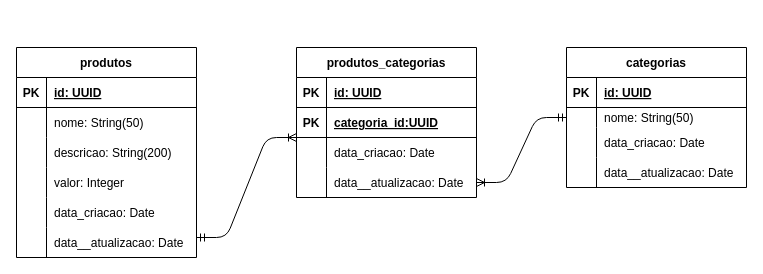
Fernanda071/ecommerce-node-api keeps this draw.io diagram as page "Modelo Lógico" (2 of 2) of requirements/ecommerce-database.drawio. Above is the earlier version. Source tidied: cells renumbered, new cells numbered last; positions are measured from the earlier drawing's top-left corner, leaving out a move shared by most shapes. Both pictures are drawn from the tidied source at 100%, with x=0, y=0 at pixel (16, 47).
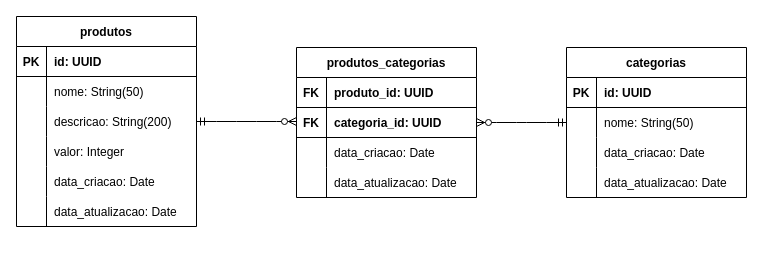
After the change.

The change refers to these unchanged cells:
```xml
<mxCell id="15" style="shape=tableRow;horizontal=0;startSize=0;swimlaneHead=0;swimlaneBody=0;fillColor=none;top=0;left=0;right=0;bottom=0;" parent="2" vertex="1">
  <mxGeometry y="150" width="180" height="30" as="geometry" />
</mxCell>
<mxCell id="18" style="shape=tableRow;horizontal=0;startSize=0;swimlaneHead=0;swimlaneBody=0;fillColor=none;top=0;left=0;right=0;bottom=0;" parent="2" vertex="1">
  <mxGeometry y="180" width="180" height="30" as="geometry" />
</mxCell>
<mxCell id="21" value="produtos_categorias" style="shape=table;startSize=30;childLayout=tableLayout;rowLines=0;fontStyle=1;align=center;" parent="1" vertex="1">
  <mxGeometry x="280" width="180" height="150" as="geometry" />
</mxCell>
<mxCell id="25" style="shape=tableRow;horizontal=0;startSize=0;swimlaneHead=0;swimlaneBody=0;fillColor=none;points=[[0,0.5],[1,0.5]];portConstraint=eastwest;top=0;left=0;right=0;bottom=1;" parent="21" vertex="1">
  <mxGeometry y="60" width="180" height="30" as="geometry" />
</mxCell>
```

The edit, as a diff of the source:
```diff
@@
     <mxCell id="2" value="produtos" style="shape=table;startSize=30;childLayout=tableLayout;rowLines=0;fontStyle=1;align=center;" parent="1" vertex="1">
-      <mxGeometry width="180" height="210" as="geometry" />
+      <mxGeometry y="-31" width="180" height="210" as="geometry" />
     </mxCell>
-    <mxCell id="3" style="shape=tableRow;horizontal=0;startSize=0;swimlaneHead=0;swimlaneBody=0;fillColor=none;top=0;left=0;right=0;bottom=1;" parent="2" vertex="1">
-      <mxGeometry y="30" width="180" height="30" as="geometry" />
-    </mxCell>
-    <mxCell id="4" value="PK" style="shape=partialRectangle;fillColor=none;top=0;left=0;bottom=0;right=0;fontStyle=1;overflow=hidden;" parent="3" vertex="1">
-      <mxGeometry width="30" height="30" as="geometry" />
-    </mxCell>
-    <mxCell id="5" value="id: UUID" style="shape=partialRectangle;fillColor=none;top=0;left=0;bottom=0;right=0;align=left;spacingLeft=6;fontStyle=5;overflow=hidden;" parent="3" vertex="1">
-      <mxGeometry x="30" width="150" height="30" as="geometry" />
-    </mxCell>
-    <mxCell id="6" style="shape=tableRow;horizontal=0;startSize=0;swimlaneHead=0;swimlaneBody=0;fillColor=none;top=0;left=0;right=0;bottom=0;" parent="2" vertex="1">
-      <mxGeometry y="60" width="180" height="30" as="geometry" />
-    </mxCell>
-    <mxCell id="7" style="shape=partialRectangle;fillColor=none;top=0;left=0;bottom=0;right=0;overflow=hidden;" parent="6" vertex="1">
-      <mxGeometry width="30" height="30" as="geometry" />
-    </mxCell>
-    <mxCell id="8" value="nome: String(50)" style="shape=partialRectangle;fillColor=none;top=0;left=0;bottom=0;right=0;align=left;spacingLeft=6;overflow=hidden;" parent="6" vertex="1">
-      <mxGeometry x="30" width="150" height="30" as="geometry" />
-    </mxCell>
-    <mxCell id="9" style="shape=tableRow;horizontal=0;startSize=0;swimlaneHead=0;swimlaneBody=0;fillColor=none;top=0;left=0;right=0;bottom=0;" parent="2" vertex="1">
-      <mxGeometry y="90" width="180" height="30" as="geometry" />
-    </mxCell>
-    <mxCell id="10" style="shape=partialRectangle;fillColor=none;top=0;left=0;bottom=0;right=0;overflow=hidden;" parent="9" vertex="1">
-      <mxGeometry width="30" height="30" as="geometry" />
-    </mxCell>
+    <mxCell id="49" style="shape=tableRow;horizontal=0;startSize=0;swimlaneHead=0;swimlaneBody=0;fillColor=none;top=0;left=0;right=0;bottom=1;" parent="2" vertex="1">
+      <mxGeometry y="30" width="180" height="30" as="geometry" />
+    </mxCell>
+    <mxCell id="50" value="PK" style="shape=partialRectangle;fillColor=none;top=0;left=0;bottom=0;right=0;fontStyle=1;overflow=hidden;" parent="49" vertex="1">
+      <mxGeometry width="30" height="30" as="geometry" />
+    </mxCell>
+    <mxCell id="51" value="id: UUID" style="shape=partialRectangle;fillColor=none;top=0;left=0;bottom=0;right=0;align=left;spacingLeft=6;fontStyle=1;overflow=hidden;" parent="49" vertex="1">
+      <mxGeometry x="30" width="150" height="30" as="geometry" />
+    </mxCell>
+    <mxCell id="52" style="shape=tableRow;horizontal=0;startSize=0;swimlaneHead=0;swimlaneBody=0;fillColor=none;top=0;left=0;right=0;bottom=0;" parent="2" vertex="1">
+      <mxGeometry y="60" width="180" height="30" as="geometry" />
+    </mxCell>
+    <mxCell id="53" style="shape=partialRectangle;fillColor=none;top=0;left=0;bottom=0;right=0;overflow=hidden;" parent="52" vertex="1">
+      <mxGeometry width="30" height="30" as="geometry" />
+    </mxCell>
+    <mxCell id="54" value="nome: String(50)" style="shape=partialRectangle;fillColor=none;top=0;left=0;bottom=0;right=0;align=left;spacingLeft=6;overflow=hidden;" parent="52" vertex="1">
+      <mxGeometry x="30" width="150" height="30" as="geometry" />
+    </mxCell>
+    <mxCell id="55" style="shape=tableRow;horizontal=0;startSize=0;swimlaneHead=0;swimlaneBody=0;fillColor=none;points=[[0,0.5],[1,0.5]];portConstraint=eastwest;top=0;left=0;right=0;bottom=0;" parent="2" vertex="1">
+      <mxGeometry y="90" width="180" height="30" as="geometry" />
+    </mxCell>
+    <mxCell id="56" style="shape=partialRectangle;fillColor=none;top=0;left=0;bottom=0;right=0;overflow=hidden;" parent="55" vertex="1">
+      <mxGeometry width="30" height="30" as="geometry" />
+    </mxCell>
-    <mxCell id="11" value="descricao: String(200)" style="shape=partialRectangle;fillColor=none;top=0;left=0;bottom=0;right=0;align=left;spacingLeft=6;overflow=hidden;" parent="9" vertex="1">
+    <mxCell id="11" value="descricao: String(200)" style="shape=partialRectangle;fillColor=none;top=0;left=0;bottom=0;right=0;align=left;spacingLeft=6;overflow=hidden;" parent="55" vertex="1">
       <mxGeometry x="30" width="150" height="30" as="geometry" />
     </mxCell>
-    <mxCell id="12" style="shape=tableRow;horizontal=0;startSize=0;swimlaneHead=0;swimlaneBody=0;fillColor=none;top=0;left=0;right=0;bottom=0;" parent="2" vertex="1">
-      <mxGeometry y="120" width="180" height="30" as="geometry" />
-    </mxCell>
-    <mxCell id="13" style="shape=partialRectangle;fillColor=none;top=0;left=0;bottom=0;right=0;overflow=hidden;" parent="12" vertex="1">
-      <mxGeometry width="30" height="30" as="geometry" />
-    </mxCell>
+    <mxCell id="57" style="shape=tableRow;horizontal=0;startSize=0;swimlaneHead=0;swimlaneBody=0;fillColor=none;top=0;left=0;right=0;bottom=0;" parent="2" vertex="1">
+      <mxGeometry y="120" width="180" height="30" as="geometry" />
+    </mxCell>
+    <mxCell id="58" style="shape=partialRectangle;fillColor=none;top=0;left=0;bottom=0;right=0;overflow=hidden;" parent="57" vertex="1">
+      <mxGeometry width="30" height="30" as="geometry" />
+    </mxCell>
-    <mxCell id="14" value="valor: Integer" style="shape=partialRectangle;fillColor=none;top=0;left=0;bottom=0;right=0;align=left;spacingLeft=6;overflow=hidden;" parent="12" vertex="1">
+    <mxCell id="14" value="valor: Integer" style="shape=partialRectangle;fillColor=none;top=0;left=0;bottom=0;right=0;align=left;spacingLeft=6;overflow=hidden;" parent="57" vertex="1">
       <mxGeometry x="30" width="150" height="30" as="geometry" />
     </mxCell>
@@
-    <mxCell id="16" style="shape=partialRectangle;fillColor=none;top=0;left=0;bottom=0;right=0;overflow=hidden;" parent="15" vertex="1">
-      <mxGeometry width="30" height="30" as="geometry" />
-    </mxCell>
-    <mxCell id="17" value="data_criacao: Date" style="shape=partialRectangle;fillColor=none;top=0;left=0;bottom=0;right=0;align=left;spacingLeft=6;overflow=hidden;" parent="15" vertex="1">
-      <mxGeometry x="30" width="150" height="30" as="geometry" />
-    </mxCell>
+    <mxCell id="59" style="shape=partialRectangle;fillColor=none;top=0;left=0;bottom=0;right=0;overflow=hidden;" parent="15" vertex="1">
+      <mxGeometry width="30" height="30" as="geometry" />
+    </mxCell>
+    <mxCell id="60" value="data_criacao: Date" style="shape=partialRectangle;fillColor=none;top=0;left=0;bottom=0;right=0;align=left;spacingLeft=6;overflow=hidden;" parent="15" vertex="1">
+      <mxGeometry x="30" width="150" height="30" as="geometry" />
+    </mxCell>
@@
-    <mxCell id="19" style="shape=partialRectangle;fillColor=none;top=0;left=0;bottom=0;right=0;overflow=hidden;" parent="18" vertex="1">
-      <mxGeometry width="30" height="30" as="geometry" />
-    </mxCell>
-    <mxCell id="20" value="data__atualizacao: Date" style="shape=partialRectangle;fillColor=none;top=0;left=0;bottom=0;right=0;align=left;spacingLeft=6;overflow=hidden;" parent="18" vertex="1">
-      <mxGeometry x="30" width="150" height="30" as="geometry" />
-    </mxCell>
+    <mxCell id="61" style="shape=partialRectangle;fillColor=none;top=0;left=0;bottom=0;right=0;overflow=hidden;" parent="18" vertex="1">
+      <mxGeometry width="30" height="30" as="geometry" />
+    </mxCell>
+    <mxCell id="62" value="data_atualizacao: Date" style="shape=partialRectangle;fillColor=none;top=0;left=0;bottom=0;right=0;align=left;spacingLeft=6;overflow=hidden;" parent="18" vertex="1">
+      <mxGeometry x="30" width="150" height="30" as="geometry" />
+    </mxCell>
+    <mxCell id="34" value="categorias" style="shape=table;startSize=30;childLayout=tableLayout;rowLines=0;fontStyle=1;align=center;" parent="1" vertex="1">
+      <mxGeometry x="550" width="180" height="150" as="geometry" />
+    </mxCell>
+    <mxCell id="63" style="shape=tableRow;horizontal=0;startSize=0;swimlaneHead=0;swimlaneBody=0;fillColor=none;top=0;left=0;right=0;bottom=1;" parent="34" vertex="1">
+      <mxGeometry y="30" width="180" height="30" as="geometry" />
+    </mxCell>
+    <mxCell id="64" value="PK" style="shape=partialRectangle;fillColor=none;top=0;left=0;bottom=0;right=0;fontStyle=1;overflow=hidden;" parent="63" vertex="1">
+      <mxGeometry width="30" height="30" as="geometry" />
+    </mxCell>
+    <mxCell id="65" value="id: UUID" style="shape=partialRectangle;fillColor=none;top=0;left=0;bottom=0;right=0;align=left;spacingLeft=6;fontStyle=1;overflow=hidden;" parent="63" vertex="1">
+      <mxGeometry x="30" width="150" height="30" as="geometry" />
+    </mxCell>
+    <mxCell id="66" style="shape=tableRow;horizontal=0;startSize=0;swimlaneHead=0;swimlaneBody=0;fillColor=none;points=[[0,0.5],[1,0.5]];portConstraint=eastwest;top=0;left=0;right=0;bottom=0;" parent="34" vertex="1">
+      <mxGeometry y="60" width="180" height="30" as="geometry" />
+    </mxCell>
+    <mxCell id="67" style="shape=partialRectangle;fillColor=none;top=0;left=0;bottom=0;right=0;overflow=hidden;" parent="66" vertex="1">
+      <mxGeometry width="30" height="30" as="geometry" />
+    </mxCell>
+    <mxCell id="68" value="nome: String(50)" style="shape=partialRectangle;fillColor=none;top=0;left=0;bottom=0;right=0;align=left;spacingLeft=6;overflow=hidden;" parent="66" vertex="1">
+      <mxGeometry x="30" width="150" height="30" as="geometry" />
+    </mxCell>
+    <mxCell id="69" style="shape=tableRow;horizontal=0;startSize=0;swimlaneHead=0;swimlaneBody=0;fillColor=none;top=0;left=0;right=0;bottom=0;" parent="34" vertex="1">
+      <mxGeometry y="90" width="180" height="30" as="geometry" />
+    </mxCell>
+    <mxCell id="70" style="shape=partialRectangle;fillColor=none;top=0;left=0;bottom=0;right=0;overflow=hidden;" parent="69" vertex="1">
+      <mxGeometry width="30" height="30" as="geometry" />
+    </mxCell>
+    <mxCell id="71" value="data_criacao: Date" style="shape=partialRectangle;fillColor=none;top=0;left=0;bottom=0;right=0;align=left;spacingLeft=6;overflow=hidden;" parent="69" vertex="1">
+      <mxGeometry x="30" width="150" height="30" as="geometry" />
+    </mxCell>
+    <mxCell id="72" style="shape=tableRow;horizontal=0;startSize=0;swimlaneHead=0;swimlaneBody=0;fillColor=none;top=0;left=0;right=0;bottom=0;" parent="34" vertex="1">
+      <mxGeometry y="120" width="180" height="30" as="geometry" />
+    </mxCell>
+    <mxCell id="73" style="shape=partialRectangle;fillColor=none;top=0;left=0;bottom=0;right=0;overflow=hidden;" parent="72" vertex="1">
+      <mxGeometry width="30" height="30" as="geometry" />
+    </mxCell>
+    <mxCell id="74" value="data_atualizacao: Date" style="shape=partialRectangle;fillColor=none;top=0;left=0;bottom=0;right=0;align=left;spacingLeft=6;overflow=hidden;" parent="72" vertex="1">
+      <mxGeometry x="30" width="150" height="30" as="geometry" />
+    </mxCell>
@@
-    <mxCell id="22" style="shape=tableRow;horizontal=0;startSize=0;swimlaneHead=0;swimlaneBody=0;fillColor=none;top=0;left=0;right=0;bottom=1;" parent="21" vertex="1">
-      <mxGeometry y="30" width="180" height="30" as="geometry" />
-    </mxCell>
-    <mxCell id="23" value="PK" style="shape=partialRectangle;fillColor=none;top=0;left=0;bottom=0;right=0;fontStyle=1;overflow=hidden;" parent="22" vertex="1">
-      <mxGeometry width="30" height="30" as="geometry" />
-    </mxCell>
-    <mxCell id="24" value="id: UUID" style="shape=partialRectangle;fillColor=none;top=0;left=0;bottom=0;right=0;align=left;spacingLeft=6;fontStyle=5;overflow=hidden;" parent="22" vertex="1">
-      <mxGeometry x="30" width="150" height="30" as="geometry" />
-    </mxCell>
+    <mxCell id="75" style="shape=tableRow;horizontal=0;startSize=0;swimlaneHead=0;swimlaneBody=0;fillColor=none;top=0;left=0;right=0;bottom=1;" parent="21" vertex="1">
+      <mxGeometry y="30" width="180" height="30" as="geometry" />
+    </mxCell>
+    <mxCell id="76" value="FK" style="shape=partialRectangle;fillColor=none;top=0;left=0;bottom=0;right=0;fontStyle=1;overflow=hidden;" parent="75" vertex="1">
+      <mxGeometry width="30" height="30" as="geometry" />
+    </mxCell>
+    <mxCell id="77" value="produto_id: UUID" style="shape=partialRectangle;fillColor=none;top=0;left=0;bottom=0;right=0;align=left;spacingLeft=6;fontStyle=1;overflow=hidden;" parent="75" vertex="1">
+      <mxGeometry x="30" width="150" height="30" as="geometry" />
+    </mxCell>
@@
-    <mxCell id="26" value="PK" style="shape=partialRectangle;fillColor=none;top=0;left=0;bottom=0;right=0;fontStyle=1;overflow=hidden;" parent="25" vertex="1">
-      <mxGeometry width="30" height="30" as="geometry" />
-    </mxCell>
-    <mxCell id="27" value="categoria_id:UUID" style="shape=partialRectangle;fillColor=none;top=0;left=0;bottom=0;right=0;align=left;spacingLeft=6;fontStyle=5;overflow=hidden;" parent="25" vertex="1">
-      <mxGeometry x="30" width="150" height="30" as="geometry" />
-    </mxCell>
-    <mxCell id="28" style="shape=tableRow;horizontal=0;startSize=0;swimlaneHead=0;swimlaneBody=0;fillColor=none;top=0;left=0;right=0;bottom=0;" parent="21" vertex="1">
-      <mxGeometry y="90" width="180" height="30" as="geometry" />
-    </mxCell>
-    <mxCell id="29" style="shape=partialRectangle;fillColor=none;top=0;left=0;bottom=0;right=0;overflow=hidden;" parent="28" vertex="1">
-      <mxGeometry width="30" height="30" as="geometry" />
-    </mxCell>
-    <mxCell id="30" value="data_criacao: Date" style="shape=partialRectangle;fillColor=none;top=0;left=0;bottom=0;right=0;align=left;spacingLeft=6;overflow=hidden;" parent="28" vertex="1">
-      <mxGeometry x="30" width="150" height="30" as="geometry" />
-    </mxCell>
-    <mxCell id="31" style="shape=tableRow;horizontal=0;startSize=0;swimlaneHead=0;swimlaneBody=0;fillColor=none;points=[[0,0.5],[1,0.5]];portConstraint=eastwest;top=0;left=0;right=0;bottom=0;" parent="21" vertex="1">
-      <mxGeometry y="120" width="180" height="30" as="geometry" />
-    </mxCell>
-    <mxCell id="32" style="shape=partialRectangle;fillColor=none;top=0;left=0;bottom=0;right=0;overflow=hidden;" parent="31" vertex="1">
-      <mxGeometry width="30" height="30" as="geometry" />
-    </mxCell>
-    <mxCell id="33" value="data__atualizacao: Date" style="shape=partialRectangle;fillColor=none;top=0;left=0;bottom=0;right=0;align=left;spacingLeft=6;overflow=hidden;" parent="31" vertex="1">
-      <mxGeometry x="30" width="150" height="30" as="geometry" />
-    </mxCell>
-    <mxCell id="34" value="categorias" style="shape=table;startSize=30;childLayout=tableLayout;rowLines=0;fontStyle=1;align=center;" parent="1" vertex="1">
-      <mxGeometry x="550" width="180" height="140" as="geometry" />
-    </mxCell>
-    <mxCell id="35" style="shape=tableRow;horizontal=0;startSize=0;swimlaneHead=0;swimlaneBody=0;fillColor=none;top=0;left=0;right=0;bottom=1;" parent="34" vertex="1">
-      <mxGeometry y="30" width="180" height="30" as="geometry" />
-    </mxCell>
-    <mxCell id="36" value="PK" style="shape=partialRectangle;fillColor=none;top=0;left=0;bottom=0;right=0;fontStyle=1;overflow=hidden;" parent="35" vertex="1">
-      <mxGeometry width="30" height="30" as="geometry" />
-    </mxCell>
-    <mxCell id="37" value="id: UUID" style="shape=partialRectangle;fillColor=none;top=0;left=0;bottom=0;right=0;align=left;spacingLeft=6;fontStyle=5;overflow=hidden;" parent="35" vertex="1">
-      <mxGeometry x="30" width="150" height="30" as="geometry" />
-    </mxCell>
-    <mxCell id="38" style="shape=tableRow;horizontal=0;startSize=0;swimlaneHead=0;swimlaneBody=0;fillColor=none;points=[[0,0.5],[1,0.5]];portConstraint=eastwest;top=0;left=0;right=0;bottom=0;" parent="34" vertex="1">
-      <mxGeometry y="60" width="180" height="20" as="geometry" />
-    </mxCell>
-    <mxCell id="39" style="shape=partialRectangle;fillColor=none;top=0;left=0;bottom=0;right=0;overflow=hidden;" parent="38" vertex="1">
-      <mxGeometry width="30" height="20" as="geometry" />
-    </mxCell>
-    <mxCell id="40" value="nome: String(50)" style="shape=partialRectangle;fillColor=none;top=0;left=0;bottom=0;right=0;align=left;spacingLeft=6;overflow=hidden;" parent="38" vertex="1">
-      <mxGeometry x="30" width="150" height="20" as="geometry" />
-    </mxCell>
-    <mxCell id="41" style="shape=tableRow;horizontal=0;startSize=0;swimlaneHead=0;swimlaneBody=0;fillColor=none;top=0;left=0;right=0;bottom=0;" parent="34" vertex="1">
-      <mxGeometry y="80" width="180" height="30" as="geometry" />
-    </mxCell>
-    <mxCell id="42" style="shape=partialRectangle;fillColor=none;top=0;left=0;bottom=0;right=0;overflow=hidden;" parent="41" vertex="1">
-      <mxGeometry width="30" height="30" as="geometry" />
-    </mxCell>
-    <mxCell id="43" value="data_criacao: Date" style="shape=partialRectangle;fillColor=none;top=0;left=0;bottom=0;right=0;align=left;spacingLeft=6;overflow=hidden;" parent="41" vertex="1">
-      <mxGeometry x="30" width="150" height="30" as="geometry" />
-    </mxCell>
-    <mxCell id="44" style="shape=tableRow;horizontal=0;startSize=0;swimlaneHead=0;swimlaneBody=0;fillColor=none;top=0;left=0;right=0;bottom=0;" parent="34" vertex="1">
-      <mxGeometry y="110" width="180" height="30" as="geometry" />
-    </mxCell>
-    <mxCell id="45" style="shape=partialRectangle;fillColor=none;top=0;left=0;bottom=0;right=0;overflow=hidden;" parent="44" vertex="1">
-      <mxGeometry width="30" height="30" as="geometry" />
-    </mxCell>
-    <mxCell id="46" value="data__atualizacao: Date" style="shape=partialRectangle;fillColor=none;top=0;left=0;bottom=0;right=0;align=left;spacingLeft=6;overflow=hidden;" parent="44" vertex="1">
-      <mxGeometry x="30" width="150" height="30" as="geometry" />
-    </mxCell>
-    <mxCell id="47" style="edgeStyle=entityRelationEdgeStyle;fontSize=12;html=1;endArrow=ERoneToMany;startArrow=ERmandOne;strokeColor=default;" parent="1" edge="1">
-      <mxGeometry relative="1" as="geometry">
-        <mxPoint x="180" y="190" as="sourcePoint" />
-        <mxPoint x="280" y="90" as="targetPoint" />
-      </mxGeometry>
-    </mxCell>
-    <mxCell id="48" style="edgeStyle=entityRelationEdgeStyle;fontSize=12;html=1;endArrow=ERoneToMany;startArrow=ERmandOne;strokeColor=default;exitX=0;exitY=0.5;exitDx=0;exitDy=0;entryX=1;entryY=0.5;entryDx=0;entryDy=0;" parent="1" edge="1" source="38" target="31">
-      <mxGeometry relative="1" as="geometry" />
-    </mxCell>
+    <mxCell id="78" value="FK" style="shape=partialRectangle;fillColor=none;top=0;left=0;bottom=0;right=0;fontStyle=1;overflow=hidden;" parent="25" vertex="1">
+      <mxGeometry width="30" height="30" as="geometry" />
+    </mxCell>
+    <mxCell id="79" value="categoria_id: UUID" style="shape=partialRectangle;fillColor=none;top=0;left=0;bottom=0;right=0;align=left;spacingLeft=6;fontStyle=1;overflow=hidden;" parent="25" vertex="1">
+      <mxGeometry x="30" width="150" height="30" as="geometry" />
+    </mxCell>
+    <mxCell id="80" style="shape=tableRow;horizontal=0;startSize=0;swimlaneHead=0;swimlaneBody=0;fillColor=none;top=0;left=0;right=0;bottom=0;" parent="21" vertex="1">
+      <mxGeometry y="90" width="180" height="30" as="geometry" />
+    </mxCell>
+    <mxCell id="81" style="shape=partialRectangle;fillColor=none;top=0;left=0;bottom=0;right=0;overflow=hidden;" parent="80" vertex="1">
+      <mxGeometry width="30" height="30" as="geometry" />
+    </mxCell>
+    <mxCell id="82" value="data_criacao: Date" style="shape=partialRectangle;fillColor=none;top=0;left=0;bottom=0;right=0;align=left;spacingLeft=6;overflow=hidden;" parent="80" vertex="1">
+      <mxGeometry x="30" width="150" height="30" as="geometry" />
+    </mxCell>
+    <mxCell id="83" style="shape=tableRow;horizontal=0;startSize=0;swimlaneHead=0;swimlaneBody=0;fillColor=none;top=0;left=0;right=0;bottom=0;" parent="21" vertex="1">
+      <mxGeometry y="120" width="180" height="30" as="geometry" />
+    </mxCell>
+    <mxCell id="84" style="shape=partialRectangle;fillColor=none;top=0;left=0;bottom=0;right=0;overflow=hidden;" parent="83" vertex="1">
+      <mxGeometry width="30" height="30" as="geometry" />
+    </mxCell>
+    <mxCell id="85" value="data_atualizacao: Date" style="shape=partialRectangle;fillColor=none;top=0;left=0;bottom=0;right=0;align=left;spacingLeft=6;overflow=hidden;" parent="83" vertex="1">
+      <mxGeometry x="30" width="150" height="30" as="geometry" />
+    </mxCell>
+    <mxCell id="86" style="edgeStyle=entityRelationEdgeStyle;fontSize=12;html=1;endArrow=ERzeroToMany;startArrow=ERmandOne;exitX=1;exitY=0.5;exitDx=0;exitDy=0;entryX=0;entryY=0.5;entryDx=0;entryDy=0;" parent="1" edge="1" source="55">
+      <mxGeometry relative="1" as="geometry">
+        <mxPoint x="280" y="74" as="targetPoint" />
+      </mxGeometry>
+    </mxCell>
+    <mxCell id="87" style="edgeStyle=entityRelationEdgeStyle;fontSize=12;html=1;endArrow=ERzeroToMany;startArrow=ERmandOne;exitX=0;exitY=0.5;exitDx=0;exitDy=0;entryX=1;entryY=0.5;entryDx=0;entryDy=0;" parent="1" edge="1" source="66" target="25">
+      <mxGeometry relative="1" as="geometry" />
+    </mxCell>
```
